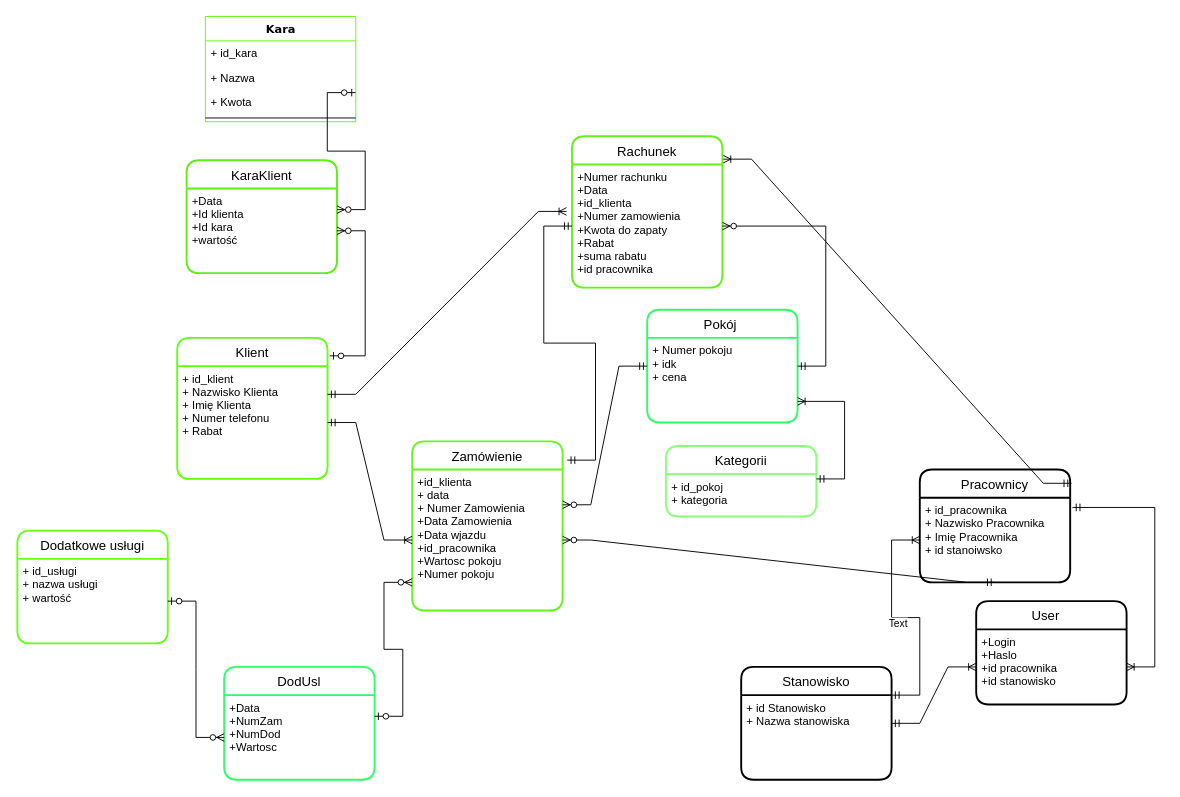
DemskyiDm/Horyzont keeps this draw.io diagram as Hotel California.drawio. Above is the earlier version. Source tidied: cells renumbered, new cells numbered last; positions are measured from the earlier drawing's top-left corner, leaving out a move shared by most shapes. Both pictures are drawn from the tidied source at 94%, with x=0, y=0 at pixel (17, 16).
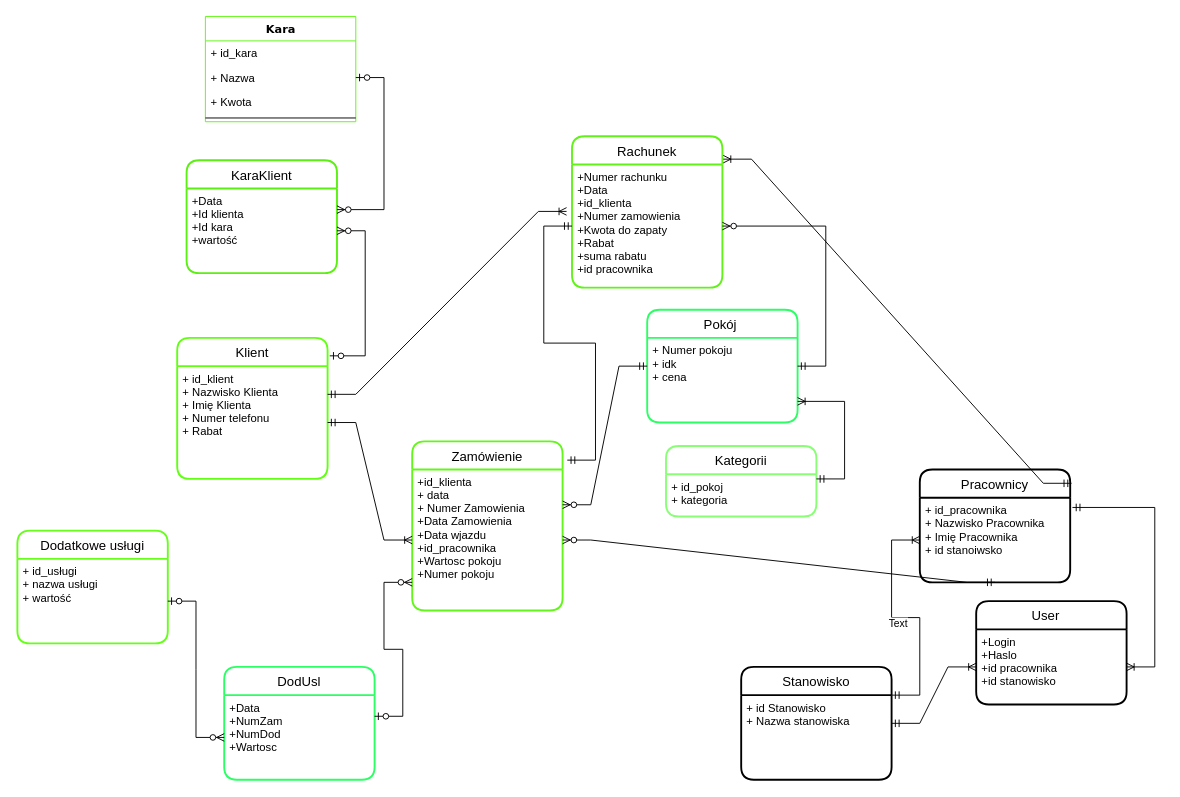
Above is the later version.

The change refers to these unchanged cells:
```xml
<mxCell id="4" value="+ Nazwa" style="text;html=1;strokeColor=none;fillColor=none;align=left;verticalAlign=top;spacingLeft=4;spacingRight=4;whiteSpace=wrap;overflow=hidden;points=[[0,0.5],[1,0.5]];portConstraint=eastwest;" parent="2" vertex="1">
  <mxGeometry y="52" width="160" height="26" as="geometry" />
</mxCell>
<mxCell id="38" value="+Data&#10;+Id klienta&#10;+Id kara&#10;+wartość" style="align=left;strokeColor=none;fillColor=none;spacingLeft=4;fontSize=12;verticalAlign=top;" parent="37" vertex="1">
  <mxGeometry y="30" width="160" height="90" as="geometry" />
</mxCell>
```

What changed in the source:
```diff
@@
-    <mxCell id="40" style="edgeStyle=entityRelationEdgeStyle;fontSize=12;html=1;endArrow=ERzeroToMany;startArrow=ERzeroToOne;rounded=0;exitX=0.998;exitY=1.116;exitDx=0;exitDy=0;exitPerimeter=0;entryX=1;entryY=0.25;entryDx=0;entryDy=0;" parent="1" edge="1" source="4" target="38">
+    <mxCell id="40" style="edgeStyle=entityRelationEdgeStyle;fontSize=12;html=1;endArrow=ERzeroToMany;startArrow=ERzeroToOne;rounded=0;entryX=1;entryY=0.25;entryDx=0;entryDy=0;" parent="1" edge="1" source="4" target="38">
       <mxGeometry relative="1" as="geometry" />
     </mxCell>
```
